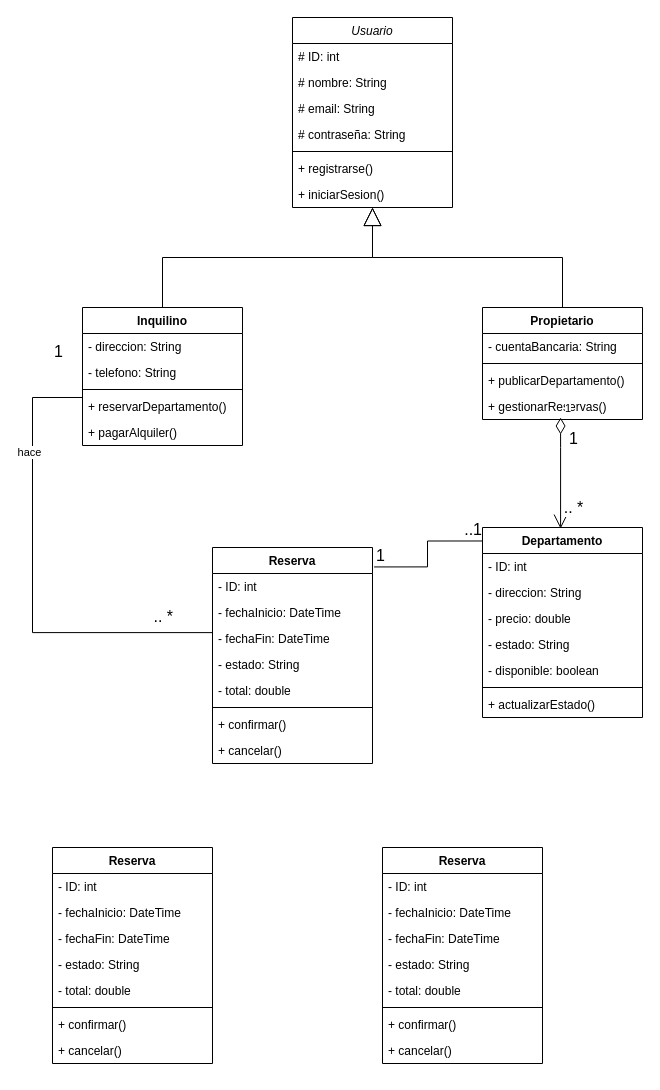
Before: Diagrama sin título.drawio in NeyanPorras/TokenStudio, a draw.io diagram. Source tidied: cells renumbered, new cells numbered last; positions are measured from the earlier drawing's top-left corner, leaving out a move shared by most shapes. Both pictures are drawn from the tidied source at 100%, with x=0, y=0 at pixel (32, 17).
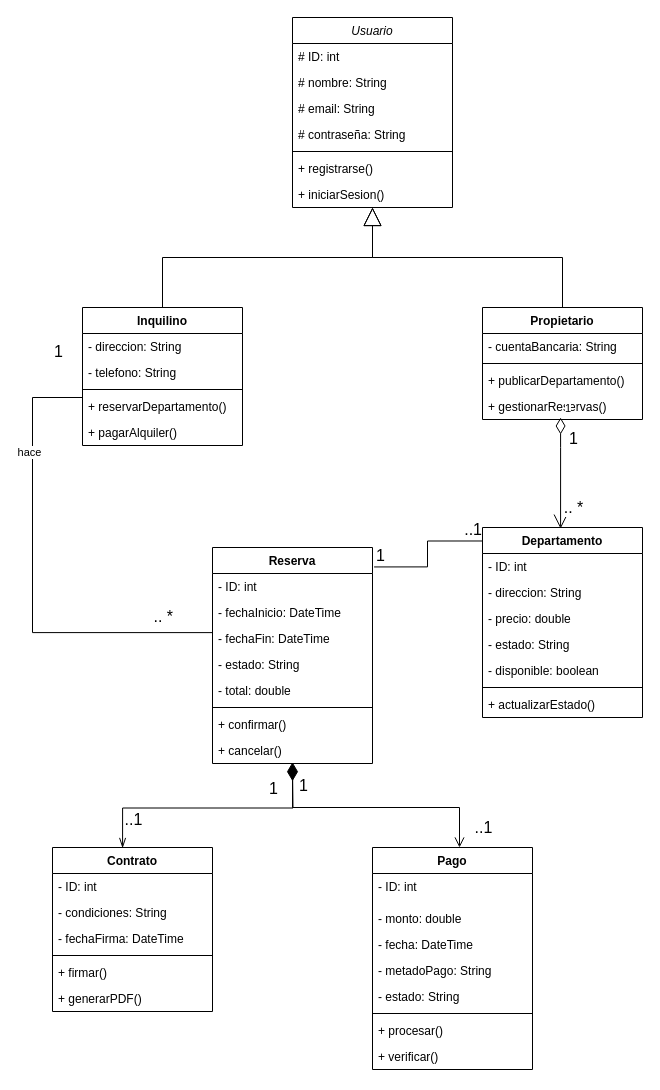
Above is the later version.

Commit message:
Diagrama de clases

The edit, as a diff of the source:
```diff
@@
-    <mxCell id="50" value="Reserva" style="swimlane;fontStyle=1;align=center;verticalAlign=top;horizontal=1;startSize=26;whiteSpace=wrap;html=1;" parent="1" vertex="1">
-      <mxGeometry x="20" y="830" width="160" height="216" as="geometry" />
+    <mxCell id="50" value="Contrato" style="swimlane;fontStyle=1;align=center;verticalAlign=top;horizontal=1;startSize=26;whiteSpace=wrap;html=1;" parent="1" vertex="1">
+      <mxGeometry x="20" y="830" width="160" height="164" as="geometry" />
     </mxCell>
@@
-    <mxCell id="52" value="- fechaInicio: DateTime" style="text;strokeColor=none;fillColor=none;align=left;verticalAlign=top;spacingLeft=4;spacingRight=4;overflow=hidden;whiteSpace=wrap;html=1;" parent="50" vertex="1">
+    <mxCell id="52" value="- condiciones: String" style="text;strokeColor=none;fillColor=none;align=left;verticalAlign=top;spacingLeft=4;spacingRight=4;overflow=hidden;whiteSpace=wrap;html=1;" parent="50" vertex="1">
       <mxGeometry y="52" width="160" height="26" as="geometry" />
     </mxCell>
-    <mxCell id="53" value="- fechaFin: DateTime" style="text;strokeColor=none;fillColor=none;align=left;verticalAlign=top;spacingLeft=4;spacingRight=4;overflow=hidden;whiteSpace=wrap;html=1;" parent="50" vertex="1">
+    <mxCell id="53" value="- fechaFirma: DateTime" style="text;strokeColor=none;fillColor=none;align=left;verticalAlign=top;spacingLeft=4;spacingRight=4;overflow=hidden;whiteSpace=wrap;html=1;" parent="50" vertex="1">
       <mxGeometry y="78" width="160" height="26" as="geometry" />
     </mxCell>
-    <mxCell id="54" value="- estado: String" style="text;strokeColor=none;fillColor=none;align=left;verticalAlign=top;spacingLeft=4;spacingRight=4;overflow=hidden;whiteSpace=wrap;html=1;" parent="50" vertex="1">
-      <mxGeometry y="104" width="160" height="26" as="geometry" />
-    </mxCell>
-    <mxCell id="55" value="- total: double" style="text;strokeColor=none;fillColor=none;align=left;verticalAlign=top;spacingLeft=4;spacingRight=4;overflow=hidden;whiteSpace=wrap;html=1;" parent="50" vertex="1">
-      <mxGeometry y="130" width="160" height="26" as="geometry" />
-    </mxCell>
     <mxCell id="56" style="line;strokeWidth=1;fillColor=none;align=left;verticalAlign=middle;spacingTop=-1;spacingLeft=3;spacingRight=3;labelPosition=right;strokeColor=inherit;" parent="50" vertex="1">
-      <mxGeometry y="156" width="160" height="8" as="geometry" />
+      <mxGeometry y="104" width="160" height="8" as="geometry" />
     </mxCell>
-    <mxCell id="57" value="+ confirmar()" style="text;strokeColor=none;fillColor=none;align=left;verticalAlign=top;spacingLeft=4;spacingRight=4;overflow=hidden;whiteSpace=wrap;html=1;" parent="50" vertex="1">
-      <mxGeometry y="164" width="160" height="26" as="geometry" />
+    <mxCell id="57" value="+ firmar()" style="text;strokeColor=none;fillColor=none;align=left;verticalAlign=top;spacingLeft=4;spacingRight=4;overflow=hidden;whiteSpace=wrap;html=1;" parent="50" vertex="1">
+      <mxGeometry y="112" width="160" height="26" as="geometry" />
     </mxCell>
-    <mxCell id="58" value="+ cancelar()" style="text;strokeColor=none;fillColor=none;align=left;verticalAlign=top;spacingLeft=4;spacingRight=4;overflow=hidden;whiteSpace=wrap;html=1;" parent="50" vertex="1">
-      <mxGeometry y="190" width="160" height="26" as="geometry" />
+    <mxCell id="58" value="+ generarPDF()" style="text;strokeColor=none;fillColor=none;align=left;verticalAlign=top;spacingLeft=4;spacingRight=4;overflow=hidden;whiteSpace=wrap;html=1;" parent="50" vertex="1">
+      <mxGeometry y="138" width="160" height="26" as="geometry" />
     </mxCell>
-    <mxCell id="59" value="Reserva" style="swimlane;fontStyle=1;align=center;verticalAlign=top;horizontal=1;startSize=26;whiteSpace=wrap;html=1;" parent="1" vertex="1">
-      <mxGeometry x="350" y="830" width="160" height="216" as="geometry" />
+    <mxCell id="59" value="Pago" style="swimlane;fontStyle=1;align=center;verticalAlign=top;horizontal=1;startSize=26;whiteSpace=wrap;html=1;" parent="1" vertex="1">
+      <mxGeometry x="340" y="830" width="160" height="222" as="geometry" />
     </mxCell>
     <mxCell id="60" value="- ID: int" style="text;strokeColor=none;fillColor=none;align=left;verticalAlign=top;spacingLeft=4;spacingRight=4;overflow=hidden;whiteSpace=wrap;html=1;" parent="59" vertex="1">
-      <mxGeometry y="26" width="160" height="26" as="geometry" />
+      <mxGeometry y="26" width="160" height="32" as="geometry" />
     </mxCell>
+    <mxCell id="64" value="- monto: double" style="text;strokeColor=none;fillColor=none;align=left;verticalAlign=top;spacingLeft=4;spacingRight=4;overflow=hidden;whiteSpace=wrap;html=1;" parent="59" vertex="1">
+      <mxGeometry y="58" width="160" height="26" as="geometry" />
+    </mxCell>
-    <mxCell id="61" value="- fechaInicio: DateTime" style="text;strokeColor=none;fillColor=none;align=left;verticalAlign=top;spacingLeft=4;spacingRight=4;overflow=hidden;whiteSpace=wrap;html=1;" parent="59" vertex="1">
-      <mxGeometry y="52" width="160" height="26" as="geometry" />
+    <mxCell id="61" value="- fecha: DateTime" style="text;strokeColor=none;fillColor=none;align=left;verticalAlign=top;spacingLeft=4;spacingRight=4;overflow=hidden;whiteSpace=wrap;html=1;" parent="59" vertex="1">
+      <mxGeometry y="84" width="160" height="26" as="geometry" />
     </mxCell>
-    <mxCell id="62" value="- fechaFin: DateTime" style="text;strokeColor=none;fillColor=none;align=left;verticalAlign=top;spacingLeft=4;spacingRight=4;overflow=hidden;whiteSpace=wrap;html=1;" parent="59" vertex="1">
-      <mxGeometry y="78" width="160" height="26" as="geometry" />
-    </mxCell>
+    <mxCell id="68" value="- metadoPago: String" style="text;strokeColor=none;fillColor=none;align=left;verticalAlign=top;spacingLeft=4;spacingRight=4;overflow=hidden;whiteSpace=wrap;html=1;" parent="59" vertex="1">
+      <mxGeometry y="110" width="160" height="26" as="geometry" />
+    </mxCell>
     <mxCell id="63" value="- estado: String" style="text;strokeColor=none;fillColor=none;align=left;verticalAlign=top;spacingLeft=4;spacingRight=4;overflow=hidden;whiteSpace=wrap;html=1;" parent="59" vertex="1">
-      <mxGeometry y="104" width="160" height="26" as="geometry" />
+      <mxGeometry y="136" width="160" height="26" as="geometry" />
     </mxCell>
-    <mxCell id="64" value="- total: double" style="text;strokeColor=none;fillColor=none;align=left;verticalAlign=top;spacingLeft=4;spacingRight=4;overflow=hidden;whiteSpace=wrap;html=1;" parent="59" vertex="1">
-      <mxGeometry y="130" width="160" height="26" as="geometry" />
-    </mxCell>
     <mxCell id="65" style="line;strokeWidth=1;fillColor=none;align=left;verticalAlign=middle;spacingTop=-1;spacingLeft=3;spacingRight=3;labelPosition=right;strokeColor=inherit;" parent="59" vertex="1">
-      <mxGeometry y="156" width="160" height="8" as="geometry" />
+      <mxGeometry y="162" width="160" height="8" as="geometry" />
     </mxCell>
-    <mxCell id="66" value="+ confirmar()" style="text;strokeColor=none;fillColor=none;align=left;verticalAlign=top;spacingLeft=4;spacingRight=4;overflow=hidden;whiteSpace=wrap;html=1;" parent="59" vertex="1">
-      <mxGeometry y="164" width="160" height="26" as="geometry" />
+    <mxCell id="66" value="+ procesar()" style="text;strokeColor=none;fillColor=none;align=left;verticalAlign=top;spacingLeft=4;spacingRight=4;overflow=hidden;whiteSpace=wrap;html=1;" parent="59" vertex="1">
+      <mxGeometry y="170" width="160" height="26" as="geometry" />
     </mxCell>
-    <mxCell id="67" value="+ cancelar()" style="text;strokeColor=none;fillColor=none;align=left;verticalAlign=top;spacingLeft=4;spacingRight=4;overflow=hidden;whiteSpace=wrap;html=1;" parent="59" vertex="1">
-      <mxGeometry y="190" width="160" height="26" as="geometry" />
+    <mxCell id="67" value="+ verificar()" style="text;strokeColor=none;fillColor=none;align=left;verticalAlign=top;spacingLeft=4;spacingRight=4;overflow=hidden;whiteSpace=wrap;html=1;" parent="59" vertex="1">
+      <mxGeometry y="196" width="160" height="26" as="geometry" />
     </mxCell>
+    <mxCell id="69" value="1" style="endArrow=open;html=1;endSize=8;startArrow=diamondThin;startSize=16;startFill=1;edgeStyle=orthogonalEdgeStyle;align=left;verticalAlign=bottom;rounded=0;entryX=0.5;entryY=0;entryDx=0;entryDy=0;exitX=0.456;exitY=0.951;exitDx=0;exitDy=0;exitPerimeter=0;fontSize=16;" parent="1" edge="1">
+      <mxGeometry x="-0.6" y="10" relative="1" as="geometry">
+        <mxPoint x="260" y="744.7" as="sourcePoint" />
+        <mxPoint x="427" y="830" as="targetPoint" />
+        <Array as="points">
+          <mxPoint x="260" y="790" />
+          <mxPoint x="427" y="790" />
+        </Array>
+      </mxGeometry>
+    </mxCell>
+    <mxCell id="70" value="..1" style="edgeLabel;html=1;align=center;verticalAlign=middle;fontSize=16;" parent="69" vertex="1">
+      <mxGeometry x="0.76" y="-3" relative="1" as="geometry">
+        <mxPoint x="26" y="10" as="offset" />
+      </mxGeometry>
+    </mxCell>
+    <mxCell id="71" style="endArrow=none;html=1;rounded=0;exitX=0.438;exitY=0.003;exitDx=0;exitDy=0;exitPerimeter=0;edgeStyle=orthogonalEdgeStyle;startArrow=openThin;startFill=0;startSize=8;" parent="1" edge="1" source="50">
+      <mxGeometry relative="1" as="geometry">
+        <mxPoint x="260" y="750" as="targetPoint" />
+      </mxGeometry>
+    </mxCell>
+    <mxCell id="72" value="1" style="edgeLabel;html=1;align=center;verticalAlign=middle;fontSize=16;" parent="71" vertex="1">
+      <mxGeometry x="0.31" y="1" relative="1" as="geometry">
+        <mxPoint x="26" y="-19" as="offset" />
+      </mxGeometry>
+    </mxCell>
+    <mxCell id="73" value="..1" style="edgeLabel;html=1;align=center;verticalAlign=middle;fontSize=16;" parent="71" vertex="1">
+      <mxGeometry x="-0.77" y="2" relative="1" as="geometry">
+        <mxPoint x="12" as="offset" />
+      </mxGeometry>
+    </mxCell>
```
